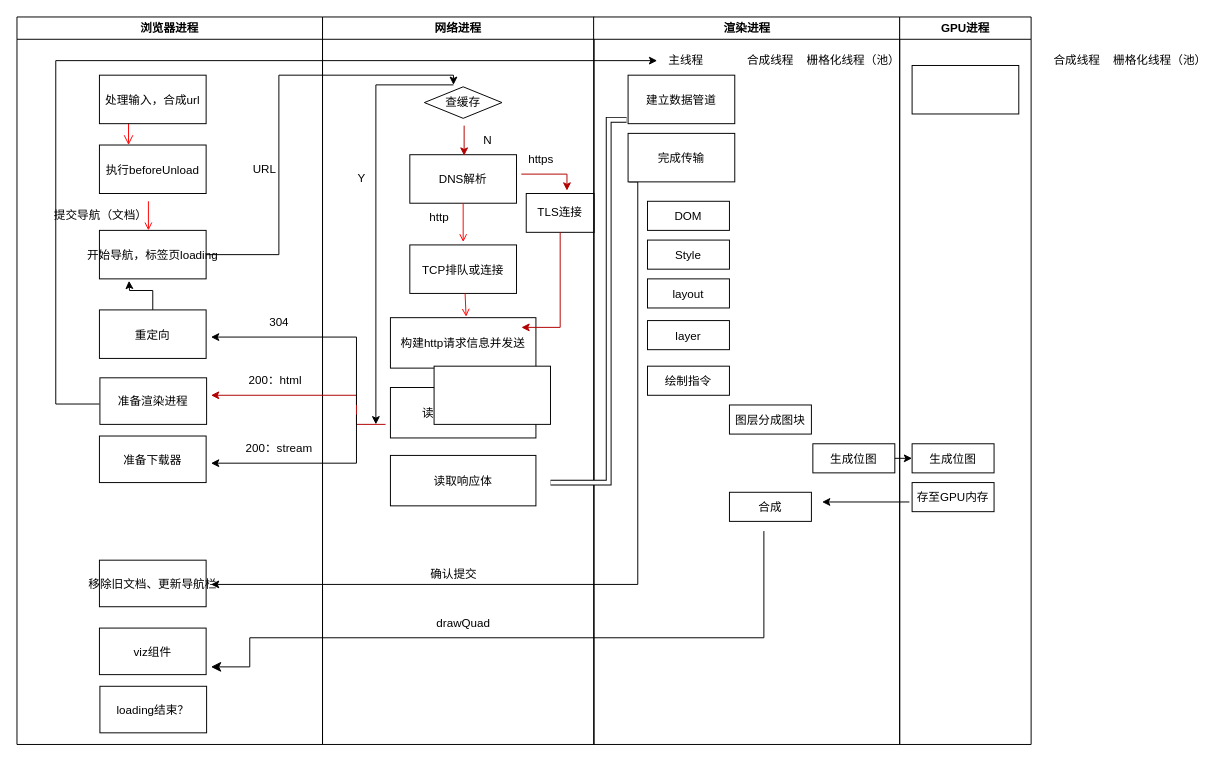
shashawang/cnode-practice keeps this draw.io diagram as 未命名绘图.drawio. Above is the earlier version. Source tidied: cells renumbered, new cells numbered last; positions are measured from the earlier drawing's top-left corner, leaving out a move shared by most shapes. Both pictures are drawn from the tidied source at 97%, with x=0, y=0 at pixel (16, 16).
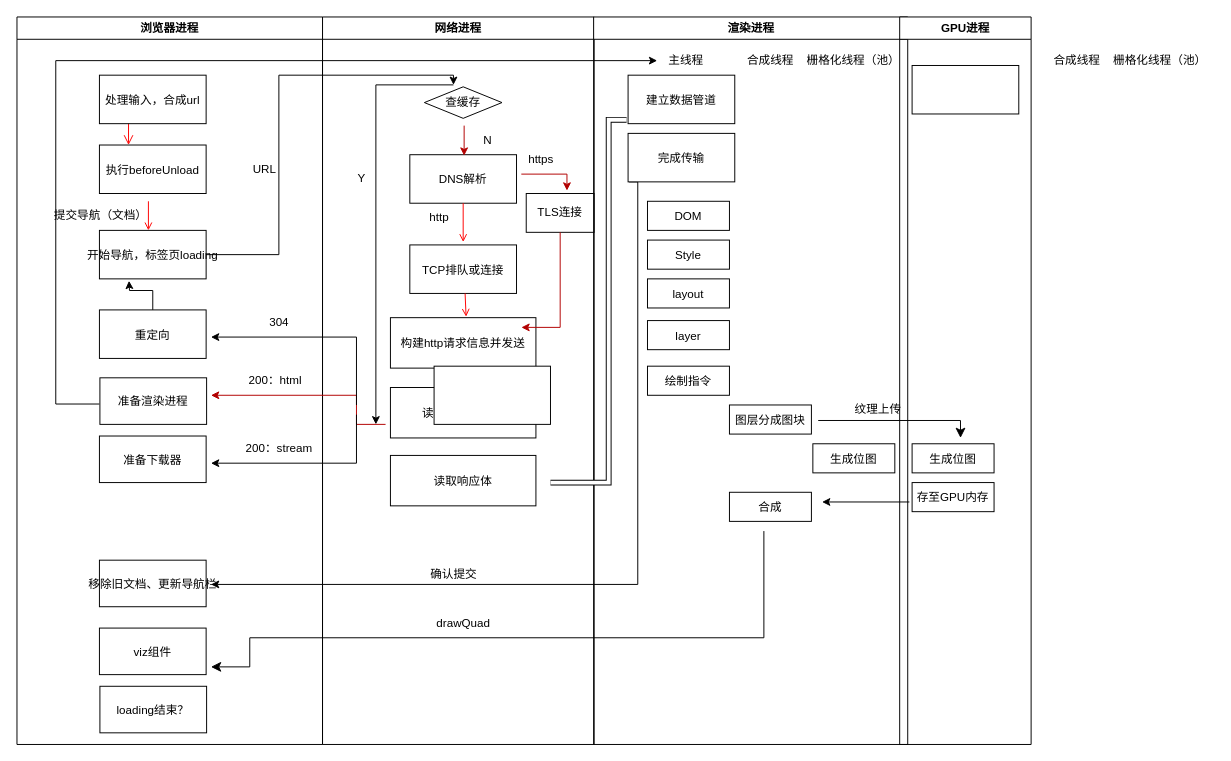
The same page after the edit.

The change refers to these unchanged cells:
```xml
<mxCell id="49" value="图层分成图块" parent="39" vertex="1">
  <mxGeometry x="140" y="400" width="84.5" height="30" as="geometry" />
</mxCell>
<mxCell id="50" value="生成位图" parent="39" vertex="1">
  <mxGeometry x="226" y="440" width="84.5" height="30" as="geometry" />
</mxCell>
<mxCell id="65" value="生成位图" parent="61" vertex="1">
  <mxGeometry x="12.8" y="440" width="84.5" height="30" as="geometry" />
</mxCell>
```

Change to the diagram source:
```diff
@@
     <mxCell id="39" value="渲染进程" style="swimlane;whiteSpace=wrap;" parent="1" vertex="1">
-      <mxGeometry x="594.5" width="315.5" height="750" as="geometry" />
+      <mxGeometry x="594.5" width="323.8" height="750" as="geometry" />
     </mxCell>
@@
+    <mxCell id="71" value="纹理上传" style="text;strokeColor=none;align=center;fillColor=none;html=1;verticalAlign=middle;whiteSpace=wrap;rounded=0;" parent="39" vertex="1">
+      <mxGeometry x="263.8" y="390" width="60" height="30" as="geometry" />
+    </mxCell>
@@
-    <mxCell id="67" style="endArrow=classic;html=1;rounded=0;exitX=1;exitY=0.5;exitDx=0;exitDy=0;entryX=0;entryY=0.5;entryDx=0;entryDy=0;" parent="1" edge="1" source="50" target="65">
-      <mxGeometry relative="1" as="geometry" />
-    </mxCell>
@@
+    <mxCell id="72" style="edgeStyle=segmentEdgeStyle;endArrow=classic;html=1;curved=0;rounded=0;endSize=8;startSize=8;exitX=1.083;exitY=0.533;exitDx=0;exitDy=0;exitPerimeter=0;entryX=0.591;entryY=-0.2;entryDx=0;entryDy=0;entryPerimeter=0;" parent="1" edge="1" source="49" target="65">
+      <mxGeometry relative="1" as="geometry">
+        <Array as="points">
+          <mxPoint x="973" y="416" />
+        </Array>
+      </mxGeometry>
+    </mxCell>
```
